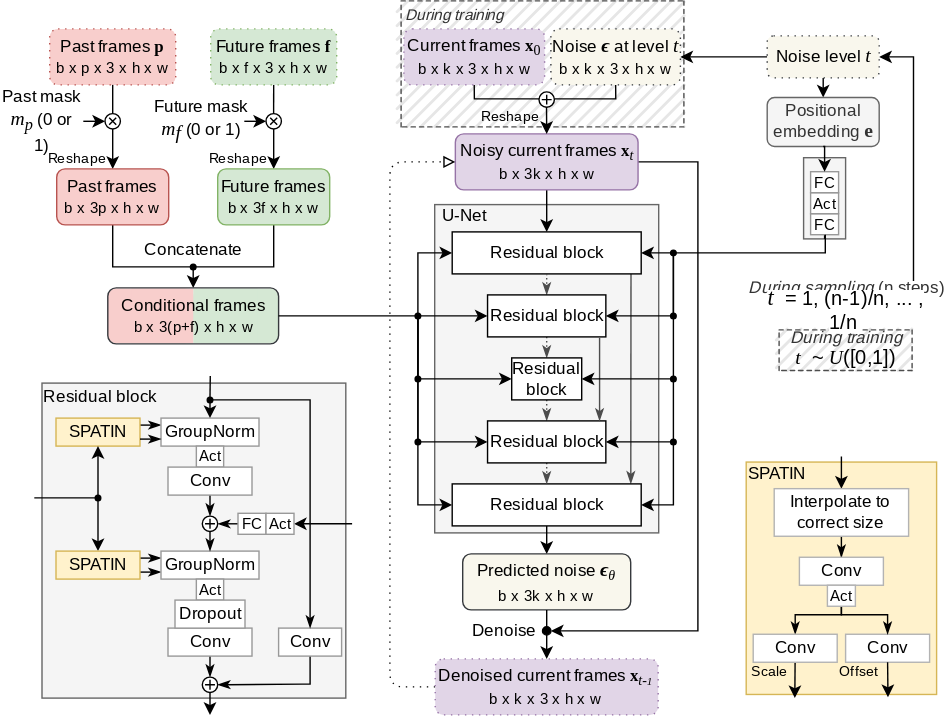
The draw.io diagram SPATIN.svg in mask-cond-video-diffusion/mask-cond-video-diffusion.github.io, before a commit. Source tidied: cells renumbered, new cells last; positions are measured from the earlier drawing's top-left corner, leaving out a move shared by most shapes.
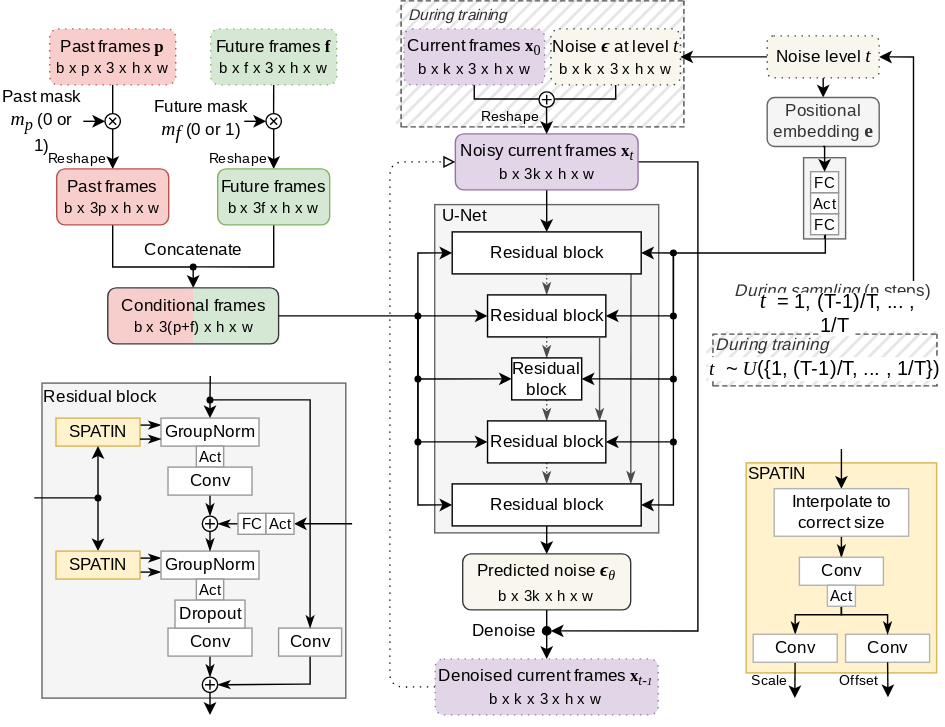
Above is the later version.

Change to the diagram source:
```diff
@@ -9,13 +9,13 @@
       <mxGeometry x="29.5" y="273" width="217" height="225" as="geometry" />
     </mxCell>
     <mxCell id="4" style="rounded=0;whiteSpace=wrap;html=1;strokeWidth=1;fillWeight=2;hachureGap=7;hachureAngle=45;fillColor=#E6E6E6;sketch=1;dashed=1;labelBackgroundColor=none;fontFamily=Lato;fontSource=https%3A%2F%2Ffonts.googleapis.com%2Fcss%3Ffamily%3DLato;fontSize=11;fontColor=#F7F7F7;fillStyle=auto;overflow=visible;noLabel=0;direction=north;perimeter=rectanglePerimeter;jiggle=0;simplification=1;dashOffset=-6;dashGap=-6;zigzagOffset=2;strokeColor=#4D4D4D;" parent="1" vertex="1">
-      <mxGeometry x="556" y="235" width="95" height="29" as="geometry" />
+      <mxGeometry x="508.8" y="238" width="160" height="37" as="geometry" />
     </mxCell>
     <mxCell id="5" style="rounded=0;whiteSpace=wrap;html=1;strokeWidth=1;fillWeight=2;hachureGap=7;hachureAngle=45;fillColor=#E6E6E6;sketch=1;dashed=1;labelBackgroundColor=none;fontFamily=Lato;fontSource=https%3A%2F%2Ffonts.googleapis.com%2Fcss%3Ffamily%3DLato;fontSize=11;fontColor=#F7F7F7;fillStyle=auto;overflow=visible;noLabel=0;direction=north;perimeter=rectanglePerimeter;jiggle=0;simplification=1;dashOffset=-6;dashGap=-6;zigzagOffset=2;strokeColor=#4D4D4D;" parent="1" vertex="1">
       <mxGeometry x="286" width="202" height="90" as="geometry" />
     </mxCell>
     <mxCell id="6" value="During training" style="text;html=1;align=center;verticalAlign=middle;strokeColor=none;fillColor=none;fontSize=11;fontFamily=Lato;fontColor=#333333;fontSource=https%3A%2F%2Ffonts.googleapis.com%2Fcss%3Ffamily%3DLato;fontStyle=2;" parent="1" vertex="1">
-      <mxGeometry x="279" width="90" height="20" as="geometry" />
+      <mxGeometry x="281" width="90" height="20" as="geometry" />
     </mxCell>
     <mxCell id="7" style="rounded=1;whiteSpace=wrap;html=1;labelBackgroundColor=none;fontFamily=Garamond;fontSize=11;strokeColor=none;fillColor=#d5e8d4;" parent="1" vertex="1">
       <mxGeometry x="137.5" y="205.5" width="61" height="39" as="geometry" />
@@ -135,16 +135,16 @@
       <mxGeometry x="578.5" y="122" width="20" height="15" as="geometry" />
     </mxCell>
     <mxCell id="36" style="rounded=0;whiteSpace=wrap;html=1;strokeColor=#d6b656;fillColor=#fff2cc;fontFamily=Lato;fontSource=https%3A%2F%2Ffonts.googleapis.com%2Fcss%3Ffamily%3DLato;" parent="1" vertex="1">
-      <mxGeometry x="532.5" y="329.4" width="136" height="166" as="geometry" />
+      <mxGeometry x="532.5" y="330" width="136" height="150" as="geometry" />
     </mxCell>
     <mxCell id="37" style="edgeStyle=orthogonalEdgeStyle;rounded=0;jettySize=auto;html=1;exitX=0.5;exitY=1;exitDx=0;exitDy=0;fontFamily=Lato;fontSource=https%3A%2F%2Ffonts.googleapis.com%2Fcss%3Ffamily%3DLato;endArrow=classicThin;endFill=1;" parent="1" edge="1" source="39" target="41">
       <mxGeometry relative="1" as="geometry" />
     </mxCell>
-    <mxCell id="38" style="edgeStyle=orthogonalEdgeStyle;rounded=0;jettySize=auto;html=1;shadow=0;fontFamily=Lato;fontSource=https%3A%2F%2Ffonts.googleapis.com%2Fcss%3Ffamily%3DLato;fontSize=11;startArrow=classic;startFill=1;endArrow=none;endFill=0;" parent="1" edge="1" source="39">
-      <mxGeometry relative="1" as="geometry">
-        <mxPoint x="600.5" y="325.4" as="targetPoint" />
-      </mxGeometry>
-    </mxCell>
+    <mxCell id="160" style="edgeStyle=orthogonalEdgeStyle;rounded=0;jettySize=auto;html=1;shadow=0;fontFamily=Lato;fontSource=https%3A%2F%2Ffonts.googleapis.com%2Fcss%3Ffamily%3DLato;fontSize=11;fontColor=#000000;startArrow=classic;startFill=1;endArrow=none;endFill=0;" parent="1" edge="1" source="39">
+      <mxGeometry relative="1" as="geometry">
+        <mxPoint x="600.5" y="320" as="targetPoint" />
+      </mxGeometry>
+    </mxCell>
     <mxCell id="39" value="Interpolate to correct size" style="rounded=0;whiteSpace=wrap;html=1;fontFamily=Lato;fontSource=https%3A%2F%2Ffonts.googleapis.com%2Fcss%3Ffamily%3DLato;strokeColor=#B3B3B3;" parent="1" vertex="1">
       <mxGeometry x="552.5" y="348.4" width="96" height="34" as="geometry" />
     </mxCell>
@@ -279,13 +279,13 @@
       <mxGeometry x="478.5" y="268" width="4" height="4" as="geometry" />
     </mxCell>
     <mxCell id="75" value="&lt;font style=&quot;font-size: 12px;&quot;&gt;During training&lt;/font&gt;" style="text;html=1;align=center;verticalAlign=middle;strokeColor=none;fillColor=none;fontSize=11;fontFamily=Lato;fontColor=#333333;fontSource=https%3A%2F%2Ffonts.googleapis.com%2Fcss%3Ffamily%3DLato;fontStyle=2;" parent="1" vertex="1">
-      <mxGeometry x="553.5" y="231" width="100" height="20" as="geometry" />
+      <mxGeometry x="501.2" y="236" width="100" height="20" as="geometry" />
     </mxCell>
-    <mxCell id="76" value="&lt;span style=&quot;orphans: 2; text-indent: 0px; widows: 2; text-decoration-thickness: initial; text-decoration-style: initial; text-decoration-color: initial;&quot;&gt;&lt;font style=&quot;&quot;&gt;&lt;i style=&quot;color: rgb(0, 0, 0); font-size: 14px; font-variant-ligatures: normal; font-variant-caps: normal; font-weight: 400; letter-spacing: normal; text-transform: none; word-spacing: 0px; -webkit-text-stroke-width: 0px;&quot;&gt;&lt;font face=&quot;Garamond&quot;&gt;t&lt;/font&gt;&lt;/i&gt;&lt;span style=&quot;font-family: Lato; font-size: 14px;&quot;&gt;&amp;nbsp;&amp;nbsp;&lt;/span&gt;&lt;span style=&quot;font-size: 14px;&quot;&gt;&lt;font face=&quot;Lato&quot;&gt;~ &lt;/font&gt;&lt;i style=&quot;&quot;&gt;&lt;font face=&quot;Garamond&quot;&gt;U&lt;/font&gt;&lt;/i&gt;&lt;font face=&quot;Lato&quot;&gt;([0,1])&lt;/font&gt;&lt;/span&gt;&lt;/font&gt;&lt;/span&gt;" style="text;whiteSpace=wrap;html=1;align=center;verticalAlign=middle;" parent="1" vertex="1">
-      <mxGeometry x="563.5" y="247" width="80" height="15" as="geometry" />
+    <mxCell id="76" value="&lt;span style=&quot;orphans: 2; text-indent: 0px; widows: 2; text-decoration-thickness: initial; text-decoration-style: initial; text-decoration-color: initial;&quot;&gt;&lt;font style=&quot;&quot;&gt;&lt;i style=&quot;color: rgb(0, 0, 0); font-size: 14px; font-variant-ligatures: normal; font-variant-caps: normal; font-weight: 400; letter-spacing: normal; text-transform: none; word-spacing: 0px; -webkit-text-stroke-width: 0px;&quot;&gt;&lt;font face=&quot;Garamond&quot;&gt;t&lt;/font&gt;&lt;/i&gt;&lt;span style=&quot;font-family: Lato; font-size: 14px;&quot;&gt;&amp;nbsp;&amp;nbsp;&lt;/span&gt;&lt;span style=&quot;font-size: 14px;&quot;&gt;&lt;font face=&quot;Lato&quot;&gt;~ &lt;/font&gt;&lt;i style=&quot;&quot;&gt;&lt;font face=&quot;Garamond&quot;&gt;U&lt;/font&gt;&lt;/i&gt;&lt;font face=&quot;Lato&quot;&gt;({&lt;/font&gt;&lt;/span&gt;&lt;span style=&quot;font-family: Lato; font-size: 14px;&quot;&gt;1, (T-1)/T, ... , 1/T&lt;/span&gt;&lt;span style=&quot;font-size: 14px;&quot;&gt;&lt;font face=&quot;Lato&quot;&gt;})&lt;/font&gt;&lt;/span&gt;&lt;/font&gt;&lt;/span&gt;" style="text;whiteSpace=wrap;html=1;align=center;verticalAlign=middle;labelBackgroundColor=default;" parent="1" vertex="1">
+      <mxGeometry x="503.8" y="255" width="170" height="15" as="geometry" />
     </mxCell>
     <mxCell id="77" value="&lt;font style=&quot;font-size: 12px;&quot;&gt;During sampling&lt;span style=&quot;font-style: normal;&quot;&gt; (n steps)&lt;/span&gt;&lt;/font&gt;" style="text;html=1;align=center;verticalAlign=middle;strokeColor=none;fillColor=none;fontSize=11;fontFamily=Lato;fontColor=#333333;fontSource=https%3A%2F%2Ffonts.googleapis.com%2Fcss%3Ffamily%3DLato;fontStyle=2;" parent="1" vertex="1">
-      <mxGeometry x="528.5" y="195" width="150" height="20" as="geometry" />
+      <mxGeometry x="518.8" y="197" width="150" height="20" as="geometry" />
     </mxCell>
     <mxCell id="78" style="edgeStyle=orthogonalEdgeStyle;rounded=0;jumpSize=6;jettySize=auto;html=1;entryX=1;entryY=0.5;entryDx=0;entryDy=0;fontFamily=Lato;fontSource=https%3A%2F%2Ffonts.googleapis.com%2Fcss%3Ffamily%3DLato;fontSize=12;endSize=6;" parent="1" edge="1" target="29">
       <mxGeometry relative="1" as="geometry">
@@ -295,8 +295,8 @@
         </Array>
       </mxGeometry>
     </mxCell>
-    <mxCell id="79" value="&lt;font style=&quot;background-color: rgb(255, 255, 255);&quot;&gt;&lt;span style=&quot;orphans: 2; text-indent: 0px; widows: 2; text-decoration-thickness: initial; text-decoration-style: initial; text-decoration-color: initial;&quot;&gt;&lt;font style=&quot;&quot;&gt;&lt;i style=&quot;color: rgb(0, 0, 0); font-variant-ligatures: normal; font-variant-caps: normal; font-weight: 400; letter-spacing: normal; text-transform: none; word-spacing: 0px; -webkit-text-stroke-width: 0px;&quot;&gt;&lt;font style=&quot;font-size: 16px;&quot; face=&quot;Garamond&quot;&gt;t&lt;/font&gt;&lt;font style=&quot;font-size: 14px;&quot; face=&quot;Lato&quot;&gt;&amp;nbsp;&amp;nbsp;&lt;/font&gt;&lt;/i&gt;&lt;span style=&quot;font-family: Lato; color: rgb(0, 0, 0); font-size: 14px; font-variant-ligatures: normal; font-variant-caps: normal; font-weight: 400; letter-spacing: normal; text-transform: none; word-spacing: 0px; -webkit-text-stroke-width: 0px;&quot;&gt;= 1, (n-1)/n, ... , 1/n&lt;/span&gt;&lt;span style=&quot;font-family: Lato; font-size: 14px;&quot;&gt;&amp;nbsp;&lt;/span&gt;&lt;/font&gt;&lt;/span&gt;&lt;br&gt;&lt;/font&gt;" style="text;whiteSpace=wrap;html=1;align=center;verticalAlign=middle;" parent="1" vertex="1">
-      <mxGeometry x="538.5" y="215" width="130" height="10" as="geometry" />
+    <mxCell id="79" value="&lt;font style=&quot;background-color: rgb(255, 255, 255);&quot;&gt;&lt;span style=&quot;orphans: 2; text-indent: 0px; widows: 2; text-decoration-thickness: initial; text-decoration-style: initial; text-decoration-color: initial;&quot;&gt;&lt;font style=&quot;&quot;&gt;&lt;i style=&quot;color: rgb(0, 0, 0); font-variant-ligatures: normal; font-variant-caps: normal; font-weight: 400; letter-spacing: normal; text-transform: none; word-spacing: 0px; -webkit-text-stroke-width: 0px;&quot;&gt;&lt;font style=&quot;font-size: 16px;&quot; face=&quot;Garamond&quot;&gt;t&lt;/font&gt;&lt;font style=&quot;font-size: 14px;&quot; face=&quot;Lato&quot;&gt;&amp;nbsp;&amp;nbsp;&lt;/font&gt;&lt;/i&gt;&lt;span style=&quot;font-family: Lato; color: rgb(0, 0, 0); font-size: 14px; font-variant-ligatures: normal; font-variant-caps: normal; font-weight: 400; letter-spacing: normal; text-transform: none; word-spacing: 0px; -webkit-text-stroke-width: 0px;&quot;&gt;= 1, (T-1)/T, ... , 1/T&lt;/span&gt;&lt;span style=&quot;font-family: Lato; font-size: 14px;&quot;&gt;&amp;nbsp;&lt;/span&gt;&lt;/font&gt;&lt;/span&gt;&lt;br&gt;&lt;/font&gt;" style="text;whiteSpace=wrap;html=1;align=center;verticalAlign=middle;" parent="1" vertex="1">
+      <mxGeometry x="532.5" y="217" width="130" height="10" as="geometry" />
     </mxCell>
     <mxCell id="80" style="edgeStyle=orthogonalEdgeStyle;rounded=0;jettySize=auto;html=1;exitX=0.5;exitY=0;exitDx=0;exitDy=0;entryX=1;entryY=0.5;entryDx=0;entryDy=0;shadow=0;fontFamily=Lato;fontSource=https%3A%2F%2Ffonts.googleapis.com%2Fcss%3Ffamily%3DLato;fontSize=10;startArrow=none;startFill=0;endArrow=classic;endFill=1;" parent="1" edge="1" source="83" target="43">
       <mxGeometry relative="1" as="geometry" />
@@ -359,10 +359,10 @@
       </mxGeometry>
     </mxCell>
     <mxCell id="96" value="Scale" style="text;html=1;align=center;verticalAlign=middle;strokeColor=none;fillColor=none;fontSize=10;fontFamily=Lato;fontSource=https%3A%2F%2Ffonts.googleapis.com%2Fcss%3Ffamily%3DLato;" parent="1" vertex="1">
-      <mxGeometry x="528.5" y="469.4" width="40" height="20" as="geometry" />
+      <mxGeometry x="528.5" y="475.4" width="40" height="20" as="geometry" />
     </mxCell>
     <mxCell id="97" value="Offset" style="text;html=1;align=center;verticalAlign=middle;strokeColor=none;fillColor=none;fontSize=10;fontFamily=Lato;fontSource=https%3A%2F%2Ffonts.googleapis.com%2Fcss%3Ffamily%3DLato;" parent="1" vertex="1">
-      <mxGeometry x="592.5" y="469.4" width="40" height="20" as="geometry" />
+      <mxGeometry x="592.5" y="475.4" width="40" height="20" as="geometry" />
     </mxCell>
     <mxCell id="98" value="Act" style="rounded=0;whiteSpace=wrap;html=1;fontFamily=Lato;fontSource=https%3A%2F%2Ffonts.googleapis.com%2Fcss%3Ffamily%3DLato;strokeColor=#B3B3B3;fontSize=11;" parent="1" vertex="1">
       <mxGeometry x="590.5" y="417.4" width="20" height="15" as="geometry" />
```
